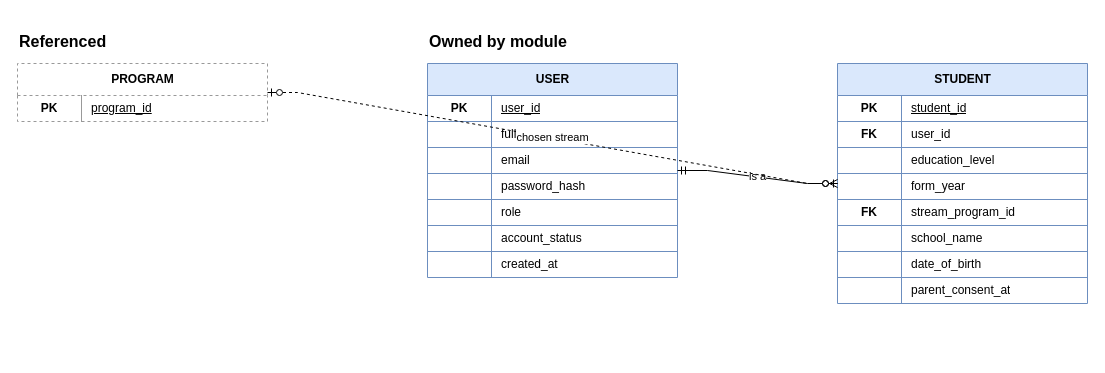
Earlier version of the draw.io diagram page "01 Identity & Access" (2 of 10) of docs/diagrams/erd/edulaunch-erd.drawio (AzimAminz/EduLaunch). Source tidied: cells renumbered, new cells numbered last; positions are measured from the earlier drawing's top-left corner, leaving out a move shared by most shapes. Both pictures are drawn from the tidied source at 100%, with x=0, y=0 at pixel (17, 17).
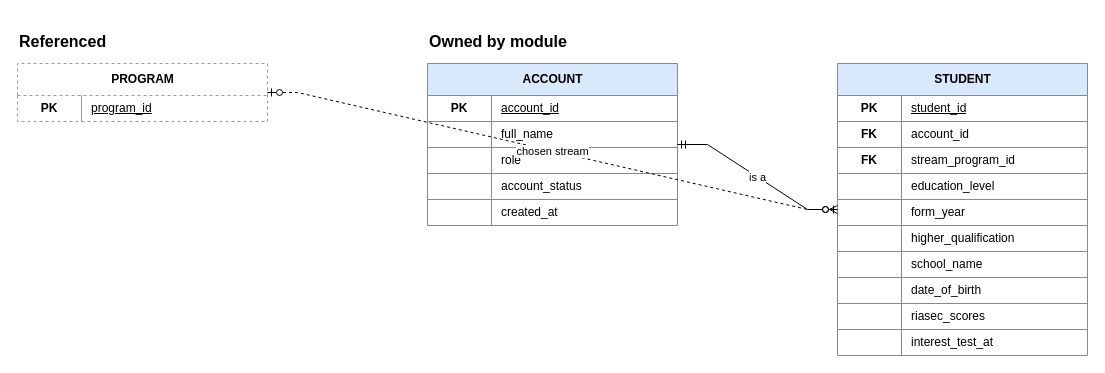
The same diagram, later.

Unchanged cells that the change refers to:
```xml
<mxCell id="34" style="shape=tableRow;horizontal=0;startSize=0;swimlaneHead=0;swimlaneBody=0;fillColor=none;top=0;left=0;right=0;bottom=1;strokeColor=#6c8ebf;" parent="30" vertex="1">
  <mxGeometry y="58" width="250" height="26" as="geometry" />
</mxCell>
<mxCell id="37" style="shape=tableRow;horizontal=0;startSize=0;swimlaneHead=0;swimlaneBody=0;fillColor=none;top=0;left=0;right=0;bottom=1;strokeColor=#6c8ebf;" parent="30" vertex="1">
  <mxGeometry y="84" width="250" height="26" as="geometry" />
</mxCell>
<mxCell id="40" style="shape=tableRow;horizontal=0;startSize=0;swimlaneHead=0;swimlaneBody=0;fillColor=none;top=0;left=0;right=0;bottom=1;strokeColor=#6c8ebf;" parent="30" vertex="1">
  <mxGeometry y="110" width="250" height="26" as="geometry" />
</mxCell>
<mxCell id="43" style="shape=tableRow;horizontal=0;startSize=0;swimlaneHead=0;swimlaneBody=0;fillColor=none;top=0;left=0;right=0;bottom=1;strokeColor=#6c8ebf;" parent="30" vertex="1">
  <mxGeometry y="136" width="250" height="26" as="geometry" />
</mxCell>
<mxCell id="46" style="shape=tableRow;horizontal=0;startSize=0;swimlaneHead=0;swimlaneBody=0;fillColor=none;top=0;left=0;right=0;bottom=1;strokeColor=#6c8ebf;" parent="30" vertex="1">
  <mxGeometry y="162" width="250" height="26" as="geometry" />
</mxCell>
<mxCell id="49" style="shape=tableRow;horizontal=0;startSize=0;swimlaneHead=0;swimlaneBody=0;fillColor=none;top=0;left=0;right=0;bottom=1;strokeColor=#6c8ebf;" parent="30" vertex="1">
  <mxGeometry y="188" width="250" height="26" as="geometry" />
</mxCell>
```

The edit, as a diff of the source:
```diff
@@
-    <mxCell id="8" value="USER" style="shape=table;startSize=32;childLayout=tableLayout;rowLines=1;fontStyle=1;align=center;html=1;fillColor=#dae8fc;strokeColor=#6c8ebf;" parent="1" vertex="1">
-      <mxGeometry x="410" y="46" width="250" height="214" as="geometry" />
-    </mxCell>
+    <mxCell id="57" value="ACCOUNT" style="shape=table;startSize=32;childLayout=tableLayout;rowLines=1;fontStyle=1;align=center;html=1;fillColor=#dae8fc;strokeColor=#6c8ebf;" parent="1" vertex="1">
+      <mxGeometry x="410" y="46" width="250" height="162" as="geometry" />
+    </mxCell>
-    <mxCell id="9" style="shape=tableRow;horizontal=0;startSize=0;swimlaneHead=0;swimlaneBody=0;fillColor=none;top=0;left=0;right=0;bottom=1;strokeColor=#6c8ebf;" parent="8" vertex="1">
+    <mxCell id="9" style="shape=tableRow;horizontal=0;startSize=0;swimlaneHead=0;swimlaneBody=0;fillColor=none;top=0;left=0;right=0;bottom=1;strokeColor=#6c8ebf;" parent="57" vertex="1">
       <mxGeometry y="32" width="250" height="26" as="geometry" />
     </mxCell>
@@
-    <mxCell id="11" value="user_id" style="shape=partialRectangle;fillColor=none;top=0;left=1;bottom=0;right=0;align=left;spacingLeft=8;fontStyle=4;overflow=hidden;whiteSpace=wrap;html=1;strokeColor=#6c8ebf;" parent="9" vertex="1">
-      <mxGeometry x="64" width="186" height="26" as="geometry" />
-    </mxCell>
+    <mxCell id="58" value="account_id" style="shape=partialRectangle;fillColor=none;top=0;left=1;bottom=0;right=0;align=left;spacingLeft=8;fontStyle=4;overflow=hidden;whiteSpace=wrap;html=1;strokeColor=#6c8ebf;" parent="9" vertex="1">
+      <mxGeometry x="64" width="186" height="26" as="geometry" />
+    </mxCell>
-    <mxCell id="12" style="shape=tableRow;horizontal=0;startSize=0;swimlaneHead=0;swimlaneBody=0;fillColor=none;top=0;left=0;right=0;bottom=1;strokeColor=#6c8ebf;" parent="8" vertex="1">
+    <mxCell id="12" style="shape=tableRow;horizontal=0;startSize=0;swimlaneHead=0;swimlaneBody=0;fillColor=none;top=0;left=0;right=0;bottom=1;strokeColor=#6c8ebf;" parent="57" vertex="1">
       <mxGeometry y="58" width="250" height="26" as="geometry" />
     </mxCell>
-    <mxCell id="13" style="shape=partialRectangle;fillColor=none;top=0;left=0;bottom=0;right=0;overflow=hidden;whiteSpace=wrap;html=1;align=center;" parent="12" vertex="1">
-      <mxGeometry width="64" height="26" as="geometry" />
-    </mxCell>
+    <mxCell id="59" style="shape=partialRectangle;fillColor=none;top=0;left=0;bottom=0;right=0;overflow=hidden;whiteSpace=wrap;html=1;align=center;" parent="12" vertex="1">
+      <mxGeometry width="64" height="26" as="geometry" />
+    </mxCell>
@@
-    <mxCell id="15" style="shape=tableRow;horizontal=0;startSize=0;swimlaneHead=0;swimlaneBody=0;fillColor=none;top=0;left=0;right=0;bottom=1;strokeColor=#6c8ebf;" parent="8" vertex="1">
+    <mxCell id="15" style="shape=tableRow;horizontal=0;startSize=0;swimlaneHead=0;swimlaneBody=0;fillColor=none;top=0;left=0;right=0;bottom=1;strokeColor=#6c8ebf;" parent="57" vertex="1">
       <mxGeometry y="84" width="250" height="26" as="geometry" />
     </mxCell>
-    <mxCell id="16" style="shape=partialRectangle;fillColor=none;top=0;left=0;bottom=0;right=0;overflow=hidden;whiteSpace=wrap;html=1;align=center;" parent="15" vertex="1">
-      <mxGeometry width="64" height="26" as="geometry" />
-    </mxCell>
-    <mxCell id="17" value="email" style="shape=partialRectangle;fillColor=none;top=0;left=1;bottom=0;right=0;align=left;spacingLeft=8;overflow=hidden;whiteSpace=wrap;html=1;strokeColor=#6c8ebf;" parent="15" vertex="1">
-      <mxGeometry x="64" width="186" height="26" as="geometry" />
-    </mxCell>
+    <mxCell id="60" style="shape=partialRectangle;fillColor=none;top=0;left=0;bottom=0;right=0;overflow=hidden;whiteSpace=wrap;html=1;align=center;" parent="15" vertex="1">
+      <mxGeometry width="64" height="26" as="geometry" />
+    </mxCell>
+    <mxCell id="23" value="role" style="shape=partialRectangle;fillColor=none;top=0;left=1;bottom=0;right=0;align=left;spacingLeft=8;overflow=hidden;whiteSpace=wrap;html=1;strokeColor=#6c8ebf;" parent="15" vertex="1">
+      <mxGeometry x="64" width="186" height="26" as="geometry" />
+    </mxCell>
-    <mxCell id="18" style="shape=tableRow;horizontal=0;startSize=0;swimlaneHead=0;swimlaneBody=0;fillColor=none;top=0;left=0;right=0;bottom=1;strokeColor=#6c8ebf;" parent="8" vertex="1">
+    <mxCell id="18" style="shape=tableRow;horizontal=0;startSize=0;swimlaneHead=0;swimlaneBody=0;fillColor=none;top=0;left=0;right=0;bottom=1;strokeColor=#6c8ebf;" parent="57" vertex="1">
       <mxGeometry y="110" width="250" height="26" as="geometry" />
     </mxCell>
-    <mxCell id="19" style="shape=partialRectangle;fillColor=none;top=0;left=0;bottom=0;right=0;overflow=hidden;whiteSpace=wrap;html=1;align=center;" parent="18" vertex="1">
-      <mxGeometry width="64" height="26" as="geometry" />
-    </mxCell>
-    <mxCell id="20" value="password_hash" style="shape=partialRectangle;fillColor=none;top=0;left=1;bottom=0;right=0;align=left;spacingLeft=8;overflow=hidden;whiteSpace=wrap;html=1;strokeColor=#6c8ebf;" parent="18" vertex="1">
-      <mxGeometry x="64" width="186" height="26" as="geometry" />
-    </mxCell>
-    <mxCell id="21" style="shape=tableRow;horizontal=0;startSize=0;swimlaneHead=0;swimlaneBody=0;fillColor=none;top=0;left=0;right=0;bottom=1;strokeColor=#6c8ebf;" parent="8" vertex="1">
-      <mxGeometry y="136" width="250" height="26" as="geometry" />
-    </mxCell>
-    <mxCell id="22" style="shape=partialRectangle;fillColor=none;top=0;left=0;bottom=0;right=0;overflow=hidden;whiteSpace=wrap;html=1;align=center;" parent="21" vertex="1">
-      <mxGeometry width="64" height="26" as="geometry" />
-    </mxCell>
-    <mxCell id="23" value="role" style="shape=partialRectangle;fillColor=none;top=0;left=1;bottom=0;right=0;align=left;spacingLeft=8;overflow=hidden;whiteSpace=wrap;html=1;strokeColor=#6c8ebf;" parent="21" vertex="1">
-      <mxGeometry x="64" width="186" height="26" as="geometry" />
-    </mxCell>
-    <mxCell id="24" style="shape=tableRow;horizontal=0;startSize=0;swimlaneHead=0;swimlaneBody=0;fillColor=none;top=0;left=0;right=0;bottom=1;strokeColor=#6c8ebf;" parent="8" vertex="1">
-      <mxGeometry y="162" width="250" height="26" as="geometry" />
-    </mxCell>
-    <mxCell id="25" style="shape=partialRectangle;fillColor=none;top=0;left=0;bottom=0;right=0;overflow=hidden;whiteSpace=wrap;html=1;align=center;" parent="24" vertex="1">
-      <mxGeometry width="64" height="26" as="geometry" />
-    </mxCell>
+    <mxCell id="61" style="shape=partialRectangle;fillColor=none;top=0;left=0;bottom=0;right=0;overflow=hidden;whiteSpace=wrap;html=1;align=center;" parent="18" vertex="1">
+      <mxGeometry width="64" height="26" as="geometry" />
+    </mxCell>
-    <mxCell id="26" value="account_status" style="shape=partialRectangle;fillColor=none;top=0;left=1;bottom=0;right=0;align=left;spacingLeft=8;overflow=hidden;whiteSpace=wrap;html=1;strokeColor=#6c8ebf;" parent="24" vertex="1">
+    <mxCell id="26" value="account_status" style="shape=partialRectangle;fillColor=none;top=0;left=1;bottom=0;right=0;align=left;spacingLeft=8;overflow=hidden;whiteSpace=wrap;html=1;strokeColor=#6c8ebf;" parent="18" vertex="1">
       <mxGeometry x="64" width="186" height="26" as="geometry" />
     </mxCell>
-    <mxCell id="27" style="shape=tableRow;horizontal=0;startSize=0;swimlaneHead=0;swimlaneBody=0;fillColor=none;top=0;left=0;right=0;bottom=0;strokeColor=#6c8ebf;" parent="8" vertex="1">
-      <mxGeometry y="188" width="250" height="26" as="geometry" />
-    </mxCell>
-    <mxCell id="28" style="shape=partialRectangle;fillColor=none;top=0;left=0;bottom=0;right=0;overflow=hidden;whiteSpace=wrap;html=1;align=center;" parent="27" vertex="1">
-      <mxGeometry width="64" height="26" as="geometry" />
-    </mxCell>
+    <mxCell id="62" style="shape=tableRow;horizontal=0;startSize=0;swimlaneHead=0;swimlaneBody=0;fillColor=none;top=0;left=0;right=0;bottom=0;strokeColor=#6c8ebf;" parent="57" vertex="1">
+      <mxGeometry y="136" width="250" height="26" as="geometry" />
+    </mxCell>
+    <mxCell id="63" style="shape=partialRectangle;fillColor=none;top=0;left=0;bottom=0;right=0;overflow=hidden;whiteSpace=wrap;html=1;align=center;" parent="62" vertex="1">
+      <mxGeometry width="64" height="26" as="geometry" />
+    </mxCell>
-    <mxCell id="29" value="created_at" style="shape=partialRectangle;fillColor=none;top=0;left=1;bottom=0;right=0;align=left;spacingLeft=8;overflow=hidden;whiteSpace=wrap;html=1;strokeColor=#6c8ebf;" parent="27" vertex="1">
+    <mxCell id="29" value="created_at" style="shape=partialRectangle;fillColor=none;top=0;left=1;bottom=0;right=0;align=left;spacingLeft=8;overflow=hidden;whiteSpace=wrap;html=1;strokeColor=#6c8ebf;" parent="62" vertex="1">
       <mxGeometry x="64" width="186" height="26" as="geometry" />
     </mxCell>
     <mxCell id="30" value="STUDENT" style="shape=table;startSize=32;childLayout=tableLayout;rowLines=1;fontStyle=1;align=center;html=1;fillColor=#dae8fc;strokeColor=#6c8ebf;" parent="1" vertex="1">
-      <mxGeometry x="820" y="46" width="250" height="240" as="geometry" />
+      <mxGeometry x="820" y="46" width="250" height="292" as="geometry" />
     </mxCell>
@@
-    <mxCell id="36" value="user_id" style="shape=partialRectangle;fillColor=none;top=0;left=1;bottom=0;right=0;align=left;spacingLeft=8;overflow=hidden;whiteSpace=wrap;html=1;strokeColor=#6c8ebf;" parent="34" vertex="1">
+    <mxCell id="36" value="account_id" style="shape=partialRectangle;fillColor=none;top=0;left=1;bottom=0;right=0;align=left;spacingLeft=8;overflow=hidden;whiteSpace=wrap;html=1;strokeColor=#6c8ebf;" parent="34" vertex="1">
       <mxGeometry x="64" width="186" height="26" as="geometry" />
     </mxCell>
@@
-    <mxCell id="38" style="shape=partialRectangle;fillColor=none;top=0;left=0;bottom=0;right=0;overflow=hidden;whiteSpace=wrap;html=1;align=center;" parent="37" vertex="1">
+    <mxCell id="38" value="FK" style="shape=partialRectangle;fillColor=none;top=0;left=0;bottom=0;right=0;fontStyle=1;overflow=hidden;whiteSpace=wrap;html=1;align=center;" parent="37" vertex="1">
       <mxGeometry width="64" height="26" as="geometry" />
     </mxCell>
-    <mxCell id="39" value="education_level" style="shape=partialRectangle;fillColor=none;top=0;left=1;bottom=0;right=0;align=left;spacingLeft=8;overflow=hidden;whiteSpace=wrap;html=1;strokeColor=#6c8ebf;" parent="37" vertex="1">
+    <mxCell id="39" value="stream_program_id" style="shape=partialRectangle;fillColor=none;top=0;left=1;bottom=0;right=0;align=left;spacingLeft=8;overflow=hidden;whiteSpace=wrap;html=1;strokeColor=#6c8ebf;" parent="37" vertex="1">
       <mxGeometry x="64" width="186" height="26" as="geometry" />
     </mxCell>
@@
-    <mxCell id="42" value="form_year" style="shape=partialRectangle;fillColor=none;top=0;left=1;bottom=0;right=0;align=left;spacingLeft=8;overflow=hidden;whiteSpace=wrap;html=1;strokeColor=#6c8ebf;" parent="40" vertex="1">
+    <mxCell id="42" value="education_level" style="shape=partialRectangle;fillColor=none;top=0;left=1;bottom=0;right=0;align=left;spacingLeft=8;overflow=hidden;whiteSpace=wrap;html=1;strokeColor=#6c8ebf;" parent="40" vertex="1">
       <mxGeometry x="64" width="186" height="26" as="geometry" />
     </mxCell>
@@
-    <mxCell id="44" value="FK" style="shape=partialRectangle;fillColor=none;top=0;left=0;bottom=0;right=0;fontStyle=1;overflow=hidden;whiteSpace=wrap;html=1;align=center;" parent="43" vertex="1">
+    <mxCell id="44" style="shape=partialRectangle;fillColor=none;top=0;left=0;bottom=0;right=0;overflow=hidden;whiteSpace=wrap;html=1;align=center;" parent="43" vertex="1">
       <mxGeometry width="64" height="26" as="geometry" />
     </mxCell>
-    <mxCell id="45" value="stream_program_id" style="shape=partialRectangle;fillColor=none;top=0;left=1;bottom=0;right=0;align=left;spacingLeft=8;overflow=hidden;whiteSpace=wrap;html=1;strokeColor=#6c8ebf;" parent="43" vertex="1">
+    <mxCell id="45" value="form_year" style="shape=partialRectangle;fillColor=none;top=0;left=1;bottom=0;right=0;align=left;spacingLeft=8;overflow=hidden;whiteSpace=wrap;html=1;strokeColor=#6c8ebf;" parent="43" vertex="1">
       <mxGeometry x="64" width="186" height="26" as="geometry" />
     </mxCell>
@@
-    <mxCell id="48" value="school_name" style="shape=partialRectangle;fillColor=none;top=0;left=1;bottom=0;right=0;align=left;spacingLeft=8;overflow=hidden;whiteSpace=wrap;html=1;strokeColor=#6c8ebf;" parent="46" vertex="1">
+    <mxCell id="48" value="higher_qualification" style="shape=partialRectangle;fillColor=none;top=0;left=1;bottom=0;right=0;align=left;spacingLeft=8;overflow=hidden;whiteSpace=wrap;html=1;strokeColor=#6c8ebf;" parent="46" vertex="1">
       <mxGeometry x="64" width="186" height="26" as="geometry" />
     </mxCell>
@@
-    <mxCell id="51" value="date_of_birth" style="shape=partialRectangle;fillColor=none;top=0;left=1;bottom=0;right=0;align=left;spacingLeft=8;overflow=hidden;whiteSpace=wrap;html=1;strokeColor=#6c8ebf;" parent="49" vertex="1">
+    <mxCell id="51" value="school_name" style="shape=partialRectangle;fillColor=none;top=0;left=1;bottom=0;right=0;align=left;spacingLeft=8;overflow=hidden;whiteSpace=wrap;html=1;strokeColor=#6c8ebf;" parent="49" vertex="1">
       <mxGeometry x="64" width="186" height="26" as="geometry" />
     </mxCell>
-    <mxCell id="52" style="shape=tableRow;horizontal=0;startSize=0;swimlaneHead=0;swimlaneBody=0;fillColor=none;top=0;left=0;right=0;bottom=0;strokeColor=#6c8ebf;" parent="30" vertex="1">
+    <mxCell id="52" style="shape=tableRow;horizontal=0;startSize=0;swimlaneHead=0;swimlaneBody=0;fillColor=none;top=0;left=0;right=0;bottom=1;strokeColor=#6c8ebf;" parent="30" vertex="1">
       <mxGeometry y="214" width="250" height="26" as="geometry" />
     </mxCell>
@@
-    <mxCell id="54" value="parent_consent_at" style="shape=partialRectangle;fillColor=none;top=0;left=1;bottom=0;right=0;align=left;spacingLeft=8;overflow=hidden;whiteSpace=wrap;html=1;strokeColor=#6c8ebf;" parent="52" vertex="1">
+    <mxCell id="54" value="date_of_birth" style="shape=partialRectangle;fillColor=none;top=0;left=1;bottom=0;right=0;align=left;spacingLeft=8;overflow=hidden;whiteSpace=wrap;html=1;strokeColor=#6c8ebf;" parent="52" vertex="1">
       <mxGeometry x="64" width="186" height="26" as="geometry" />
     </mxCell>
+    <mxCell id="64" style="shape=tableRow;horizontal=0;startSize=0;swimlaneHead=0;swimlaneBody=0;fillColor=none;top=0;left=0;right=0;bottom=1;strokeColor=#6c8ebf;" parent="30" vertex="1">
+      <mxGeometry y="240" width="250" height="26" as="geometry" />
+    </mxCell>
+    <mxCell id="65" style="shape=partialRectangle;fillColor=none;top=0;left=0;bottom=0;right=0;overflow=hidden;whiteSpace=wrap;html=1;align=center;" parent="64" vertex="1">
+      <mxGeometry width="64" height="26" as="geometry" />
+    </mxCell>
+    <mxCell id="66" value="riasec_scores" style="shape=partialRectangle;fillColor=none;top=0;left=1;bottom=0;right=0;align=left;spacingLeft=8;overflow=hidden;whiteSpace=wrap;html=1;strokeColor=#6c8ebf;" parent="64" vertex="1">
+      <mxGeometry x="64" width="186" height="26" as="geometry" />
+    </mxCell>
+    <mxCell id="67" style="shape=tableRow;horizontal=0;startSize=0;swimlaneHead=0;swimlaneBody=0;fillColor=none;top=0;left=0;right=0;bottom=0;strokeColor=#6c8ebf;" parent="30" vertex="1">
+      <mxGeometry y="266" width="250" height="26" as="geometry" />
+    </mxCell>
+    <mxCell id="68" style="shape=partialRectangle;fillColor=none;top=0;left=0;bottom=0;right=0;overflow=hidden;whiteSpace=wrap;html=1;align=center;" parent="67" vertex="1">
+      <mxGeometry width="64" height="26" as="geometry" />
+    </mxCell>
+    <mxCell id="69" value="interest_test_at" style="shape=partialRectangle;fillColor=none;top=0;left=1;bottom=0;right=0;align=left;spacingLeft=8;overflow=hidden;whiteSpace=wrap;html=1;strokeColor=#6c8ebf;" parent="67" vertex="1">
+      <mxGeometry x="64" width="186" height="26" as="geometry" />
+    </mxCell>
-    <mxCell id="55" value="is a" style="edgeStyle=entityRelationEdgeStyle;rounded=0;html=1;startArrow=ERmandOne;endArrow=ERzeroToOne;startFill=0;endFill=0;fontSize=11;labelBackgroundColor=#ffffff;" parent="1" edge="1" source="8" target="30">
+    <mxCell id="55" value="is a" style="edgeStyle=entityRelationEdgeStyle;rounded=0;html=1;startArrow=ERmandOne;endArrow=ERzeroToOne;startFill=0;endFill=0;fontSize=11;labelBackgroundColor=#ffffff;" parent="1" edge="1" source="57" target="30">
       <mxGeometry relative="1" as="geometry" />
     </mxCell>
```
